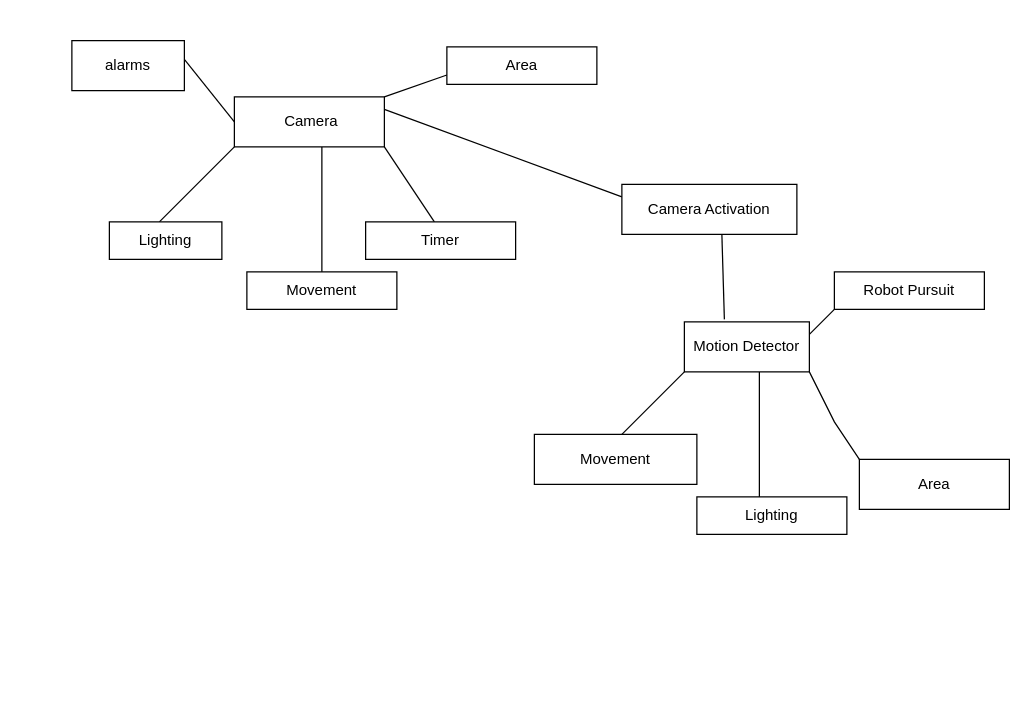
The draw.io diagram Camera and Motion Detector.drawio in Pepsui/Code-AI, before the edit. Source tidied: cells renumbered, new cells numbered last; positions are measured from the earlier drawing's top-left corner, leaving out a move shared by most shapes. Both pictures are drawn from the tidied source at 125%, with x=0, y=0 at pixel (71, 40).
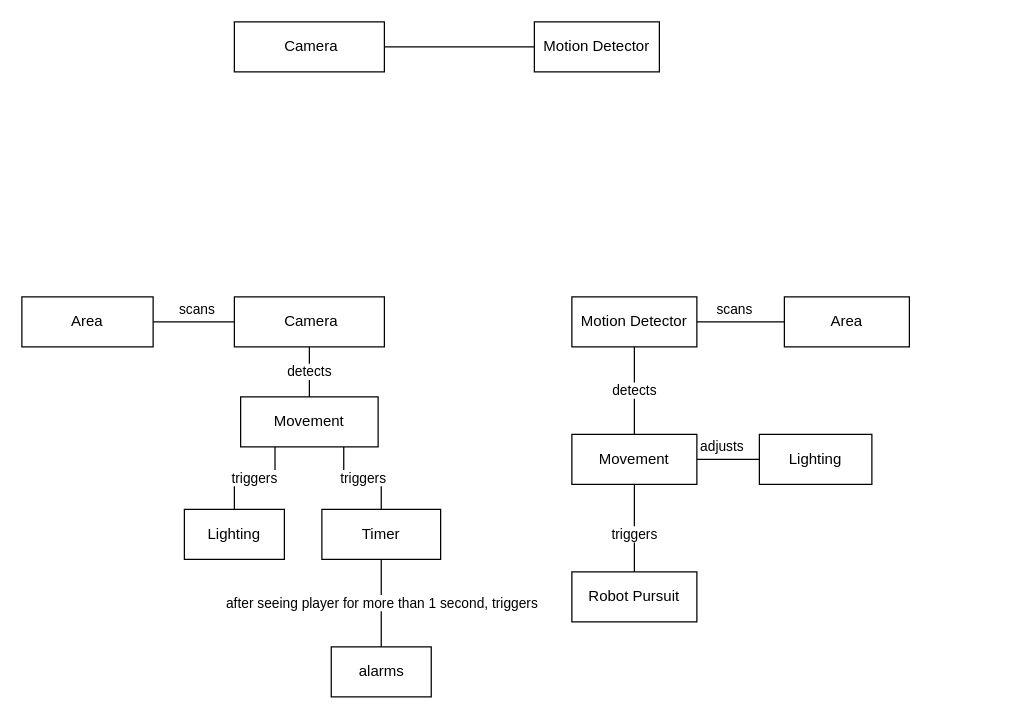
Above is the later version.

Diff of the diagram source:
```diff
@@
+    <mxCell id="25" style="edgeStyle=orthogonalEdgeStyle;rounded=0;jettySize=auto;html=1;exitX=1;exitY=0.5;exitDx=0;exitDy=0;endArrow=none;endFill=0;" parent="1" edge="1" source="2" target="35">
+      <mxGeometry relative="1" as="geometry" />
+    </mxCell>
     <mxCell id="2" value="&amp;nbsp;Camera" style="rounded=0;whiteSpace=wrap;html=1;" parent="1" vertex="1">
-      <mxGeometry x="130" y="45" width="120" height="40" as="geometry" />
+      <mxGeometry x="130" y="-15" width="120" height="40" as="geometry" />
     </mxCell>
+    <mxCell id="26" value="detects" style="edgeStyle=orthogonalEdgeStyle;rounded=0;jettySize=auto;html=1;exitX=0.5;exitY=1;exitDx=0;exitDy=0;entryX=0.5;entryY=0;entryDx=0;entryDy=0;endArrow=none;endFill=0;" parent="1" edge="1" source="3" target="13">
+      <mxGeometry relative="1" as="geometry" />
+    </mxCell>
+    <mxCell id="27" value="scans" style="edgeStyle=orthogonalEdgeStyle;rounded=0;jettySize=auto;html=1;exitX=1;exitY=0.5;exitDx=0;exitDy=0;entryX=0;entryY=0.5;entryDx=0;entryDy=0;endArrow=none;endFill=0;" parent="1" edge="1" source="3" target="15">
+      <mxGeometry x="-0.14" y="10" relative="1" as="geometry" />
+    </mxCell>
     <mxCell id="3" value="Motion Detector" style="rounded=0;whiteSpace=wrap;html=1;" parent="1" vertex="1">
-      <mxGeometry x="490" y="225" width="100" height="40" as="geometry" />
+      <mxGeometry x="400" y="205" width="100" height="40" as="geometry" />
     </mxCell>
-    <mxCell id="4" style="endArrow=none;html=1;rounded=0;" parent="1" edge="1">
-      <mxGeometry relative="1" as="geometry">
-        <mxPoint x="70" y="145" as="sourcePoint" />
-        <mxPoint x="130" y="85" as="targetPoint" />
-        <Array as="points">
-          <mxPoint x="100" y="115" />
-        </Array>
-      </mxGeometry>
-    </mxCell>
-    <mxCell id="5" style="endArrow=none;html=1;rounded=0;exitX=0.5;exitY=0;exitDx=0;exitDy=0;" parent="1" edge="1" source="11">
-      <mxGeometry relative="1" as="geometry">
-        <mxPoint x="200" y="85" as="targetPoint" />
-      </mxGeometry>
-    </mxCell>
-    <mxCell id="6" style="endArrow=none;html=1;rounded=0;" parent="1" edge="1">
-      <mxGeometry relative="1" as="geometry">
-        <mxPoint x="290" y="145" as="sourcePoint" />
-        <mxPoint x="250" y="85" as="targetPoint" />
-      </mxGeometry>
-    </mxCell>
-    <mxCell id="7" style="endArrow=none;html=1;rounded=0;" parent="1" edge="1">
-      <mxGeometry relative="1" as="geometry">
-        <mxPoint x="440" y="315" as="sourcePoint" />
-        <mxPoint x="490" y="265" as="targetPoint" />
-      </mxGeometry>
-    </mxCell>
-    <mxCell id="8" style="endArrow=none;html=1;rounded=0;" parent="1" edge="1">
-      <mxGeometry relative="1" as="geometry">
-        <mxPoint x="550" y="365" as="sourcePoint" />
-        <mxPoint x="550" y="265" as="targetPoint" />
-      </mxGeometry>
-    </mxCell>
-    <mxCell id="9" style="endArrow=none;html=1;rounded=0;" parent="1" edge="1">
-      <mxGeometry relative="1" as="geometry">
-        <mxPoint x="630" y="335" as="sourcePoint" />
-        <mxPoint x="590" y="265" as="targetPoint" />
-        <Array as="points">
-          <mxPoint x="610" y="305" />
-        </Array>
-      </mxGeometry>
-    </mxCell>
+    <mxCell id="28" value="triggers" style="edgeStyle=orthogonalEdgeStyle;rounded=0;jettySize=auto;html=1;exitX=0.5;exitY=0;exitDx=0;exitDy=0;entryX=0.25;entryY=1;entryDx=0;entryDy=0;endArrow=none;endFill=0;" parent="1" edge="1" source="10" target="11">
+      <mxGeometry relative="1" as="geometry" />
+    </mxCell>
     <mxCell id="10" value="Lighting" style="rounded=0;whiteSpace=wrap;html=1;" parent="1" vertex="1">
-      <mxGeometry x="30" y="145" width="90" height="30" as="geometry" />
+      <mxGeometry x="90" y="375" width="80" height="40" as="geometry" />
     </mxCell>
+    <mxCell id="29" value="detects" style="edgeStyle=orthogonalEdgeStyle;rounded=0;jettySize=auto;html=1;exitX=0.5;exitY=0;exitDx=0;exitDy=0;entryX=0.5;entryY=1;entryDx=0;entryDy=0;endArrow=none;endFill=0;" parent="1" edge="1" source="11" target="36">
+      <mxGeometry relative="1" as="geometry" />
+    </mxCell>
+    <mxCell id="30" value="triggers" style="edgeStyle=orthogonalEdgeStyle;rounded=0;jettySize=auto;html=1;exitX=0.75;exitY=1;exitDx=0;exitDy=0;entryX=0.5;entryY=0;entryDx=0;entryDy=0;endArrow=none;endFill=0;" parent="1" edge="1" source="11" target="12">
+      <mxGeometry relative="1" as="geometry" />
+    </mxCell>
     <mxCell id="11" value="Movement" style="rounded=0;whiteSpace=wrap;html=1;" parent="1" vertex="1">
-      <mxGeometry x="140" y="185" width="120" height="30" as="geometry" />
+      <mxGeometry x="135" y="285" width="110" height="40" as="geometry" />
     </mxCell>
+    <mxCell id="31" value="after seeing player for more than 1 second, triggers" style="edgeStyle=orthogonalEdgeStyle;rounded=0;jettySize=auto;html=1;exitX=0.5;exitY=1;exitDx=0;exitDy=0;entryX=0.5;entryY=0;entryDx=0;entryDy=0;endArrow=none;endFill=0;" parent="1" edge="1" source="12" target="21">
+      <mxGeometry relative="1" as="geometry" />
+    </mxCell>
     <mxCell id="12" value="Timer" style="rounded=0;whiteSpace=wrap;html=1;" parent="1" vertex="1">
-      <mxGeometry x="235" y="145" width="120" height="30" as="geometry" />
+      <mxGeometry x="200" y="375" width="95" height="40" as="geometry" />
     </mxCell>
+    <mxCell id="32" value="adjusts" style="edgeStyle=orthogonalEdgeStyle;rounded=0;jettySize=auto;html=1;exitX=1;exitY=0.5;exitDx=0;exitDy=0;entryX=0;entryY=0.5;entryDx=0;entryDy=0;endArrow=none;endFill=0;" parent="1" edge="1" source="13" target="14">
+      <mxGeometry x="-0.2" y="10" relative="1" as="geometry" />
+    </mxCell>
     <mxCell id="13" value="Movement" style="rounded=0;whiteSpace=wrap;html=1;" parent="1" vertex="1">
-      <mxGeometry x="370" y="315" width="130" height="40" as="geometry" />
+      <mxGeometry x="400" y="315" width="100" height="40" as="geometry" />
     </mxCell>
     <mxCell id="14" value="Lighting" style="rounded=0;whiteSpace=wrap;html=1;" parent="1" vertex="1">
-      <mxGeometry x="500" y="365" width="120" height="30" as="geometry" />
+      <mxGeometry x="550" y="315" width="90" height="40" as="geometry" />
     </mxCell>
     <mxCell id="15" value="Area" style="rounded=0;whiteSpace=wrap;html=1;" parent="1" vertex="1">
-      <mxGeometry x="630" y="335" width="120" height="40" as="geometry" />
+      <mxGeometry x="570" y="205" width="100" height="40" as="geometry" />
     </mxCell>
+    <mxCell id="33" value="scans" style="edgeStyle=orthogonalEdgeStyle;rounded=0;jettySize=auto;html=1;exitX=1;exitY=0.5;exitDx=0;exitDy=0;entryX=0;entryY=0.5;entryDx=0;entryDy=0;endArrow=none;endFill=0;" parent="1" edge="1" source="16" target="36">
+      <mxGeometry x="0.08" y="10" relative="1" as="geometry" />
+    </mxCell>
     <mxCell id="16" value="Area" style="rounded=0;whiteSpace=wrap;html=1;" parent="1" vertex="1">
-      <mxGeometry x="300" y="5" width="120" height="30" as="geometry" />
+      <mxGeometry x="-40" y="205" width="105" height="40" as="geometry" />
     </mxCell>
-    <mxCell id="17" style="endArrow=none;html=1;rounded=0;exitX=0;exitY=0.75;exitDx=0;exitDy=0;" parent="1" edge="1" source="16">
-      <mxGeometry relative="1" as="geometry">
-        <mxPoint x="250" y="45" as="targetPoint" />
-      </mxGeometry>
-    </mxCell>
-    <mxCell id="18" style="endArrow=none;html=1;rounded=0;" parent="1" edge="1">
-      <mxGeometry relative="1" as="geometry">
-        <mxPoint x="440" y="125" as="sourcePoint" />
-        <mxPoint x="250" y="55" as="targetPoint" />
-      </mxGeometry>
-    </mxCell>
-    <mxCell id="19" value="Camera Activation" style="rounded=0;whiteSpace=wrap;html=1;" parent="1" vertex="1">
-      <mxGeometry x="440" y="115" width="140" height="40" as="geometry" />
-    </mxCell>
-    <mxCell id="20" style="endArrow=none;html=1;rounded=0;exitX=0.32;exitY=-0.05;exitDx=0;exitDy=0;exitPerimeter=0;" parent="1" edge="1" source="3">
-      <mxGeometry relative="1" as="geometry">
-        <mxPoint x="520" y="155" as="targetPoint" />
-      </mxGeometry>
-    </mxCell>
     <mxCell id="21" value="alarms" style="rounded=0;whiteSpace=wrap;html=1;" parent="1" vertex="1">
-      <mxGeometry width="90" height="40" as="geometry" />
+      <mxGeometry x="207.5" y="485" width="80" height="40" as="geometry" />
     </mxCell>
-    <mxCell id="22" style="endArrow=none;html=1;rounded=0;" parent="1" edge="1">
-      <mxGeometry relative="1" as="geometry">
-        <mxPoint x="130" y="65" as="sourcePoint" />
-        <mxPoint x="90" y="15" as="targetPoint" />
-      </mxGeometry>
-    </mxCell>
+    <mxCell id="34" value="triggers" style="edgeStyle=orthogonalEdgeStyle;rounded=0;jettySize=auto;html=1;exitX=0.5;exitY=0;exitDx=0;exitDy=0;entryX=0.5;entryY=1;entryDx=0;entryDy=0;endArrow=none;endFill=0;" parent="1" edge="1" source="23" target="13">
+      <mxGeometry x="-0.14" relative="1" as="geometry" />
+    </mxCell>
     <mxCell id="23" value="Robot Pursuit" style="rounded=0;whiteSpace=wrap;html=1;" parent="1" vertex="1">
-      <mxGeometry x="610" y="185" width="120" height="30" as="geometry" />
+      <mxGeometry x="400" y="425" width="100" height="40" as="geometry" />
     </mxCell>
-    <mxCell id="24" style="endArrow=none;html=1;rounded=0;" parent="1" edge="1">
-      <mxGeometry relative="1" as="geometry">
-        <mxPoint x="590" y="235" as="sourcePoint" />
-        <mxPoint x="610" y="215" as="targetPoint" />
-      </mxGeometry>
-    </mxCell>
+    <mxCell id="35" value="Motion Detector" style="rounded=0;whiteSpace=wrap;html=1;" parent="1" vertex="1">
+      <mxGeometry x="370" y="-15" width="100" height="40" as="geometry" />
+    </mxCell>
+    <mxCell id="36" value="&amp;nbsp;Camera" style="rounded=0;whiteSpace=wrap;html=1;" parent="1" vertex="1">
+      <mxGeometry x="130" y="205" width="120" height="40" as="geometry" />
+    </mxCell>
```
